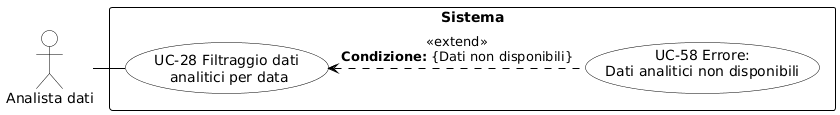
The PlantUML diagram RTB/Analisi dei Requisiti/diagrammi_use_case/UC-28.png in aLittleByte-19/Documentazione, before a commit.
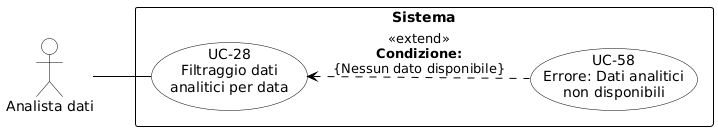
The same diagram one commit later.

Change to the diagram source:
```diff
@@ -1,7 +1,9 @@
 @startuml
+skinparam shadowing false
 skinparam defaultFontName Arial
-skinparam nodesep 25
-skinparam ranksep 45
+left to right direction
+skinparam nodesep 15
+skinparam ranksep 50
 
 skinparam usecase {
     BackgroundColor white
@@ -17,15 +19,14 @@
     FontStyle bold
 }
 
-actor "Analista dati" as ActorAnalista
+actor "Analista dati" as AD
 
 rectangle "Sistema" {
-    usecase "UC-58 Errore:\nDati analitici non disponibili" as UC58
+    usecase "UC-28\nFiltraggio dati\nanalitici per data" as UC28
+    usecase "UC-58\nErrore: Dati analitici\nnon disponibili" as UC58
 
-    usecase "UC-28 Filtraggio dati\n analitici per data" as UC29
+    UC28 <.. UC58 : <<extend>>\n**Condizione:**\n{Nessun dato disponibile}
 }
 
-ActorAnalista -right- UC29
-
-UC58 ..left..> UC29 : <<extend>>\n**Condizione:** {Dati non disponibili}
+AD -- UC28
 @enduml
```
